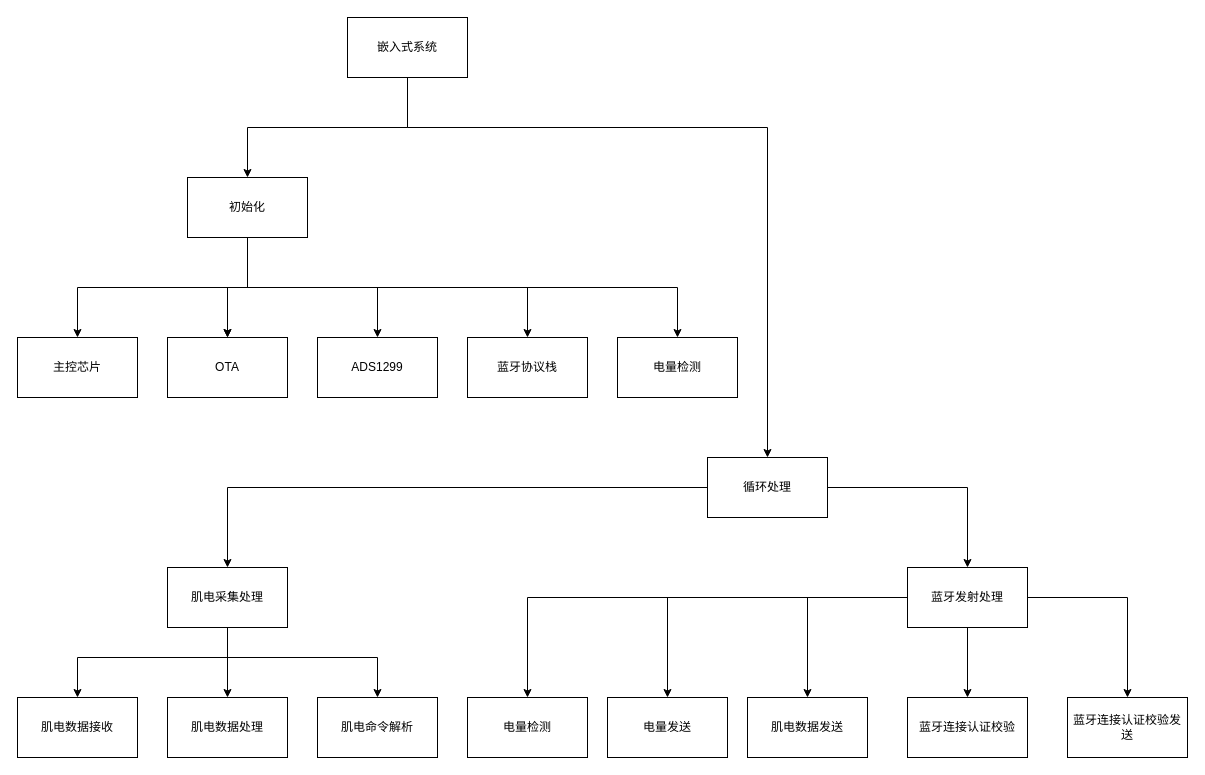
Above: 嵌入式系统模块化设计图.drawio in wangxiangqiang-ui/- (draw.io), before the change. Source tidied: cells renumbered, new cells numbered last; positions are measured from the earlier drawing's top-left corner, leaving out a move shared by most shapes. Both pictures are drawn from the tidied source at 100%, with x=0, y=0 at pixel (17, 17).
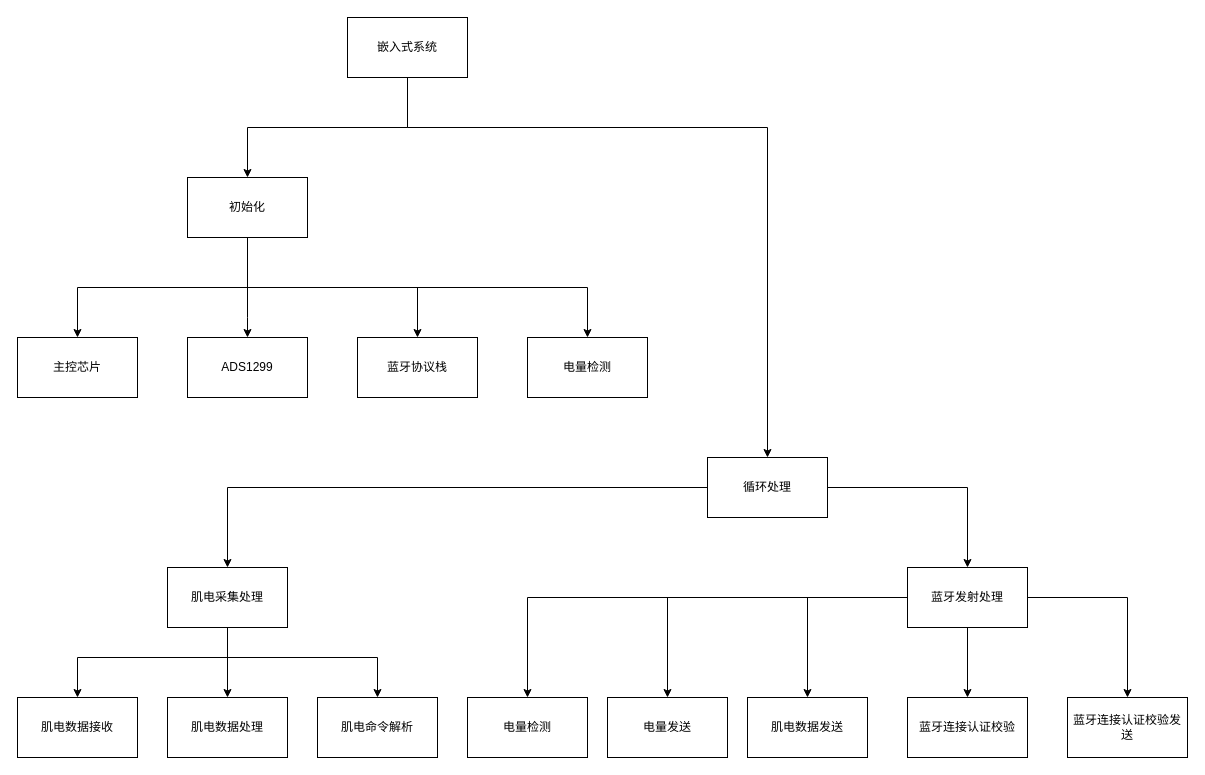
The same page after the edit.

Commit message:
更新嵌入式系统模块化设计图.drawio

The change refers to these unchanged cells:
```xml
<mxCell id="10" value="初始化" style="whiteSpace=wrap;html=1;rounded=0;" parent="1" vertex="1">
  <mxGeometry x="170" y="160" width="120" height="60" as="geometry" />
</mxCell>
```

Diff of the diagram source:
```diff
@@
-    <mxCell id="6" style="edgeStyle=orthogonalEdgeStyle;rounded=0;jettySize=auto;html=1;entryX=0.5;entryY=0;entryDx=0;entryDy=0;" parent="1" edge="1" source="10" target="19">
-      <mxGeometry relative="1" as="geometry" />
-    </mxCell>
     <mxCell id="7" style="edgeStyle=orthogonalEdgeStyle;rounded=0;jettySize=auto;html=1;" parent="1" edge="1" source="10" target="17">
       <mxGeometry relative="1" as="geometry">
         <Array as="points">
           <mxPoint x="230" y="270" />
-          <mxPoint x="660" y="270" />
+          <mxPoint x="570" y="270" />
         </Array>
       </mxGeometry>
     </mxCell>
     <mxCell id="8" style="edgeStyle=orthogonalEdgeStyle;rounded=0;jettySize=auto;html=1;entryX=0.5;entryY=0;entryDx=0;entryDy=0;" parent="1" edge="1" source="10" target="15">
       <mxGeometry relative="1" as="geometry">
         <Array as="points">
-          <mxPoint x="230" y="270" />
-          <mxPoint x="360" y="270" />
+          <mxPoint x="230" y="300" />
+          <mxPoint x="230" y="300" />
         </Array>
       </mxGeometry>
     </mxCell>
     <mxCell id="9" style="edgeStyle=orthogonalEdgeStyle;rounded=0;jettySize=auto;html=1;entryX=0.5;entryY=0;entryDx=0;entryDy=0;" parent="1" edge="1" source="10" target="16">
       <mxGeometry relative="1" as="geometry">
         <Array as="points">
           <mxPoint x="230" y="270" />
-          <mxPoint x="510" y="270" />
+          <mxPoint x="400" y="270" />
         </Array>
       </mxGeometry>
     </mxCell>
@@
     <mxCell id="15" value="ADS1299" style="whiteSpace=wrap;html=1;rounded=0;" parent="1" vertex="1">
-      <mxGeometry x="300" y="320" width="120" height="60" as="geometry" />
+      <mxGeometry x="170" y="320" width="120" height="60" as="geometry" />
     </mxCell>
     <mxCell id="16" value="蓝牙协议栈" style="whiteSpace=wrap;html=1;rounded=0;" parent="1" vertex="1">
-      <mxGeometry x="450" y="320" width="120" height="60" as="geometry" />
+      <mxGeometry x="340" y="320" width="120" height="60" as="geometry" />
     </mxCell>
     <mxCell id="17" value="电量检测" style="whiteSpace=wrap;html=1;rounded=0;" parent="1" vertex="1">
-      <mxGeometry x="600" y="320" width="120" height="60" as="geometry" />
+      <mxGeometry x="510" y="320" width="120" height="60" as="geometry" />
     </mxCell>
-    <mxCell id="18" style="edgeStyle=orthogonalEdgeStyle;rounded=0;jettySize=auto;html=1;" parent="1" edge="1" source="10" target="19">
-      <mxGeometry relative="1" as="geometry" />
-    </mxCell>
-    <mxCell id="19" value="OTA" style="whiteSpace=wrap;html=1;rounded=0;" parent="1" vertex="1">
-      <mxGeometry x="150" y="320" width="120" height="60" as="geometry" />
-    </mxCell>
```
